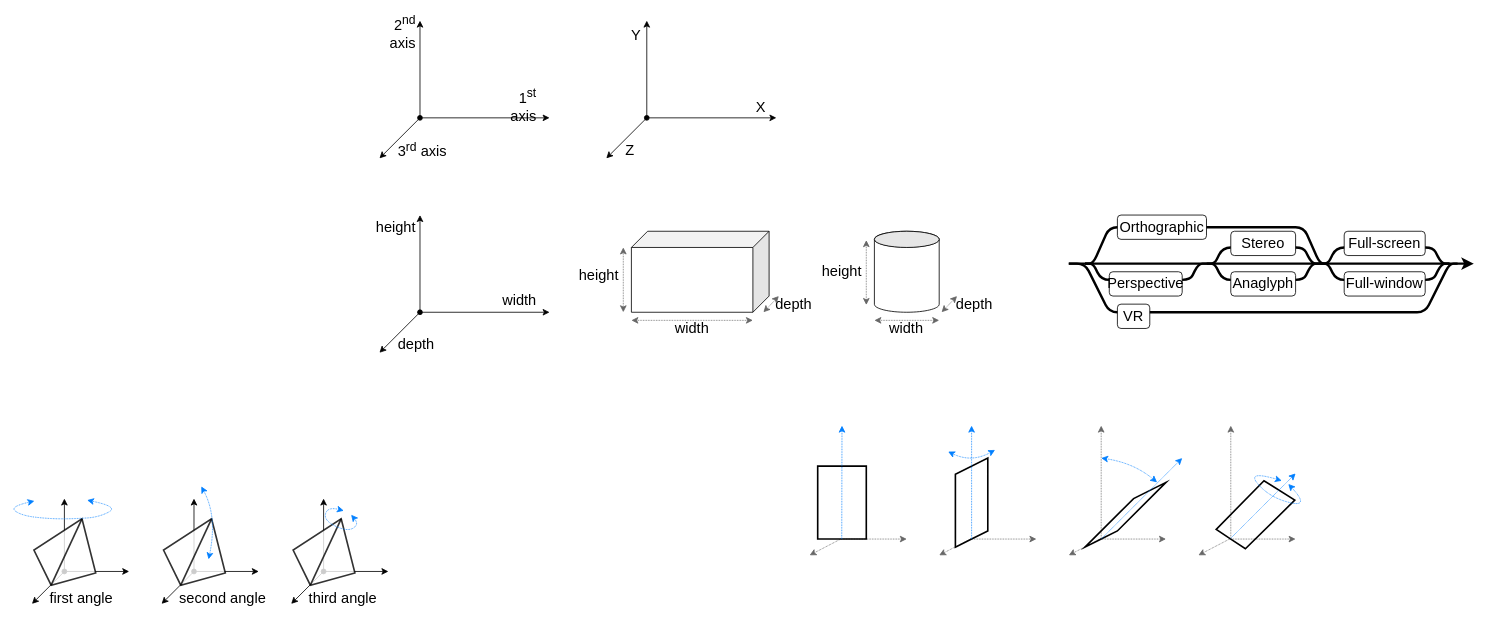
Above: docs/images/images.drawio in boytchev/suica (draw.io), before the change. Source tidied: cells renumbered, new cells numbered last; positions are measured from the earlier drawing's top-left corner, leaving out a move shared by most shapes. Both pictures are drawn from the tidied source at 81%, with x=0, y=0 at pixel (9, 20).
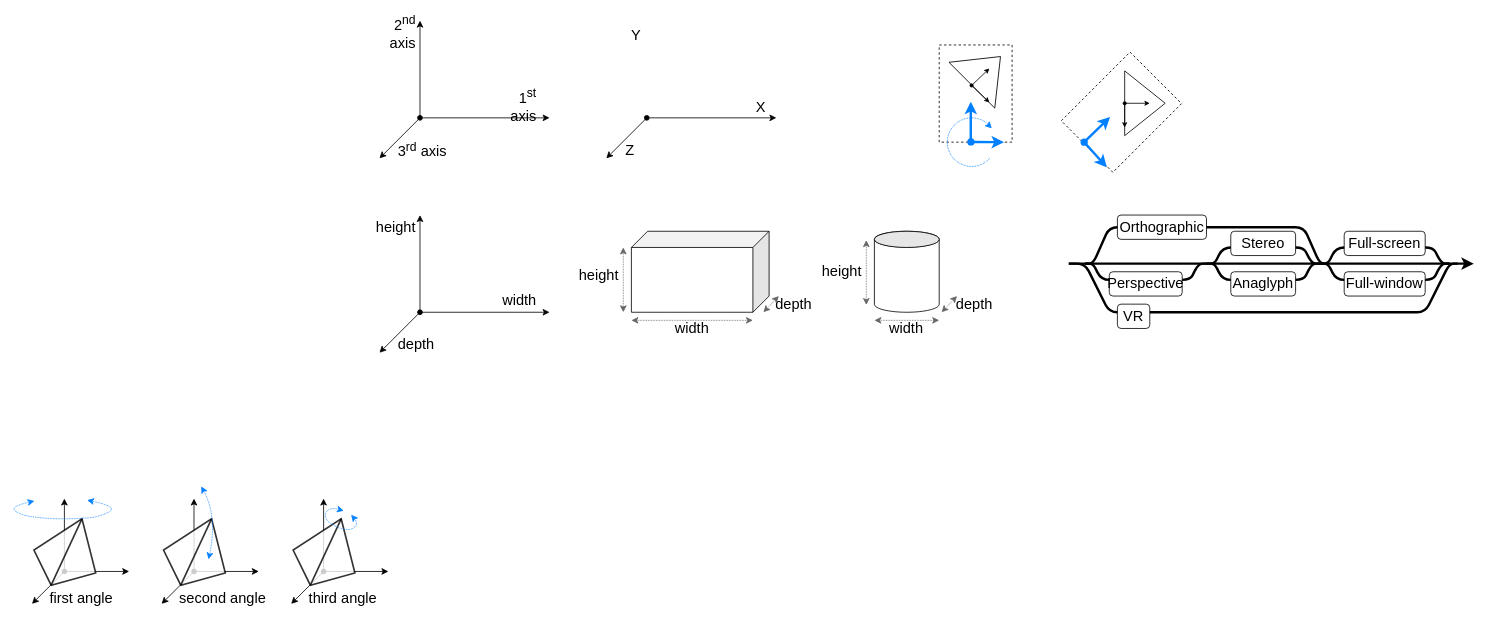
The same diagram, later.

The edit, as a diff of the source:
```diff
@@
+    <mxCell id="89" style="rounded=0;whiteSpace=wrap;html=1;dashed=1;fillColor=none;" parent="1" vertex="1">
+      <mxGeometry x="1148" y="30" width="90" height="120" as="geometry" />
+    </mxCell>
@@
-    <mxCell id="10" style="endArrow=classic;html=1;rounded=0;" parent="1" edge="1">
-      <mxGeometry relative="1" as="geometry">
-        <mxPoint x="787" y="120" as="sourcePoint" />
-        <mxPoint x="787" as="targetPoint" />
-      </mxGeometry>
-    </mxCell>
@@
-    <mxCell id="53" style="endArrow=classic;startArrow=none;html=1;rounded=0;strokeColor=#666666;dashed=1;dashPattern=1 1;startFill=0;" parent="1" edge="1">
-      <mxGeometry relative="1" as="geometry">
-        <mxPoint x="1027" y="640" as="sourcePoint" />
-        <mxPoint x="1108" y="640" as="targetPoint" />
-      </mxGeometry>
-    </mxCell>
-    <mxCell id="54" style="endArrow=classic;startArrow=none;html=1;rounded=0;strokeColor=#666666;dashed=1;dashPattern=1 1;startFill=0;exitX=0.484;exitY=0.997;exitDx=0;exitDy=0;exitPerimeter=0;" parent="1" edge="1">
-      <mxGeometry relative="1" as="geometry">
-        <mxPoint x="1027" y="639.7" as="sourcePoint" />
-        <mxPoint x="988" y="660" as="targetPoint" />
-      </mxGeometry>
-    </mxCell>
-    <mxCell id="55" style="endArrow=none;html=1;strokeColor=#000000;strokeWidth=2;rounded=0;" parent="1" edge="1">
-      <mxGeometry relative="1" as="geometry">
-        <mxPoint x="1028" y="640" as="sourcePoint" />
-        <mxPoint x="1028" y="640" as="targetPoint" />
-        <Array as="points">
-          <mxPoint x="998" y="640" />
-          <mxPoint x="998" y="550" />
-          <mxPoint x="1058" y="550" />
-          <mxPoint x="1058" y="640" />
-        </Array>
-      </mxGeometry>
-    </mxCell>
-    <mxCell id="56" style="endArrow=classic;startArrow=none;html=1;rounded=0;strokeColor=#666666;dashed=1;dashPattern=1 1;startFill=0;" parent="1" edge="1">
-      <mxGeometry relative="1" as="geometry">
-        <mxPoint x="1187" y="640" as="sourcePoint" />
-        <mxPoint x="1268" y="640" as="targetPoint" />
-      </mxGeometry>
-    </mxCell>
-    <mxCell id="57" style="endArrow=classic;startArrow=none;html=1;rounded=0;strokeColor=#666666;dashed=1;dashPattern=1 1;startFill=0;exitX=0.484;exitY=0.997;exitDx=0;exitDy=0;exitPerimeter=0;" parent="1" edge="1">
-      <mxGeometry relative="1" as="geometry">
-        <mxPoint x="1187" y="639.7" as="sourcePoint" />
-        <mxPoint x="1148" y="660" as="targetPoint" />
-      </mxGeometry>
-    </mxCell>
-    <mxCell id="58" style="endArrow=none;html=1;strokeColor=#000000;strokeWidth=2;rounded=0;" parent="1" edge="1">
-      <mxGeometry relative="1" as="geometry">
-        <mxPoint x="1188" y="640" as="sourcePoint" />
-        <mxPoint x="1188" y="640" as="targetPoint" />
-        <Array as="points">
-          <mxPoint x="1168" y="650" />
-          <mxPoint x="1168" y="560" />
-          <mxPoint x="1208" y="540" />
-          <mxPoint x="1208" y="630" />
-        </Array>
-      </mxGeometry>
-    </mxCell>
-    <mxCell id="59" style="endArrow=classic;startArrow=none;html=1;rounded=0;strokeColor=#666666;dashed=1;dashPattern=1 1;startFill=0;" parent="1" edge="1">
-      <mxGeometry relative="1" as="geometry">
-        <mxPoint x="1348" y="640" as="sourcePoint" />
-        <mxPoint x="1348" y="500" as="targetPoint" />
-      </mxGeometry>
-    </mxCell>
-    <mxCell id="60" style="endArrow=classic;startArrow=none;html=1;rounded=0;strokeColor=#666666;dashed=1;dashPattern=1 1;startFill=0;" parent="1" edge="1">
-      <mxGeometry relative="1" as="geometry">
-        <mxPoint x="1347" y="640" as="sourcePoint" />
-        <mxPoint x="1428" y="640" as="targetPoint" />
-      </mxGeometry>
-    </mxCell>
-    <mxCell id="61" style="endArrow=classic;startArrow=none;html=1;rounded=0;strokeColor=#666666;dashed=1;dashPattern=1 1;startFill=0;exitX=0.484;exitY=0.997;exitDx=0;exitDy=0;exitPerimeter=0;" parent="1" edge="1">
-      <mxGeometry relative="1" as="geometry">
-        <mxPoint x="1347" y="639.7" as="sourcePoint" />
-        <mxPoint x="1308" y="660" as="targetPoint" />
-      </mxGeometry>
-    </mxCell>
-    <mxCell id="62" style="endArrow=none;html=1;strokeColor=#000000;strokeWidth=2;rounded=0;" parent="1" edge="1">
-      <mxGeometry relative="1" as="geometry">
-        <mxPoint x="1348" y="640" as="sourcePoint" />
-        <mxPoint x="1348" y="640" as="targetPoint" />
-        <Array as="points">
-          <mxPoint x="1328" y="650" />
-          <mxPoint x="1388" y="590" />
-          <mxPoint x="1428" y="570" />
-          <mxPoint x="1368" y="630" />
-        </Array>
-      </mxGeometry>
-    </mxCell>
-    <mxCell id="63" style="endArrow=classic;startArrow=none;html=1;rounded=0;strokeColor=#666666;dashed=1;dashPattern=1 1;startFill=0;" parent="1" edge="1">
-      <mxGeometry relative="1" as="geometry">
-        <mxPoint x="1508" y="640" as="sourcePoint" />
-        <mxPoint x="1508" y="500" as="targetPoint" />
-      </mxGeometry>
-    </mxCell>
-    <mxCell id="64" style="endArrow=classic;startArrow=none;html=1;rounded=0;strokeColor=#666666;dashed=1;dashPattern=1 1;startFill=0;" parent="1" edge="1">
-      <mxGeometry relative="1" as="geometry">
-        <mxPoint x="1507" y="640" as="sourcePoint" />
-        <mxPoint x="1588" y="640" as="targetPoint" />
-      </mxGeometry>
-    </mxCell>
-    <mxCell id="65" style="endArrow=classic;startArrow=none;html=1;rounded=0;strokeColor=#666666;dashed=1;dashPattern=1 1;startFill=0;exitX=0.484;exitY=0.997;exitDx=0;exitDy=0;exitPerimeter=0;" parent="1" edge="1">
-      <mxGeometry relative="1" as="geometry">
-        <mxPoint x="1507" y="639.7" as="sourcePoint" />
-        <mxPoint x="1468" y="660" as="targetPoint" />
-      </mxGeometry>
-    </mxCell>
-    <mxCell id="66" style="endArrow=none;html=1;strokeColor=#000000;strokeWidth=2;rounded=0;" parent="1" edge="1">
-      <mxGeometry relative="1" as="geometry">
-        <mxPoint x="1508" y="640" as="sourcePoint" />
-        <mxPoint x="1508" y="640" as="targetPoint" />
-        <Array as="points">
-          <mxPoint x="1490" y="628" />
-          <mxPoint x="1549" y="568" />
-          <mxPoint x="1587" y="592" />
-          <mxPoint x="1526" y="652" />
-        </Array>
-      </mxGeometry>
-    </mxCell>
-    <mxCell id="67" style="endArrow=classic;startArrow=none;html=1;rounded=0;strokeColor=#007FFF;dashed=1;dashPattern=1 1;startFill=0;" parent="1" edge="1">
-      <mxGeometry relative="1" as="geometry">
-        <mxPoint x="1027.7" y="640" as="sourcePoint" />
-        <mxPoint x="1028" y="500" as="targetPoint" />
-      </mxGeometry>
-    </mxCell>
-    <mxCell id="68" style="endArrow=classic;startArrow=none;html=1;rounded=0;strokeColor=#007FFF;dashed=1;dashPattern=1 1;startFill=0;" parent="1" edge="1">
-      <mxGeometry relative="1" as="geometry">
-        <mxPoint x="1188" y="640" as="sourcePoint" />
-        <mxPoint x="1188" y="500" as="targetPoint" />
-      </mxGeometry>
-    </mxCell>
-    <mxCell id="69" style="endArrow=classic;startArrow=none;html=1;rounded=0;strokeColor=#007FFF;dashed=1;dashPattern=1 1;startFill=0;" parent="1" edge="1">
-      <mxGeometry relative="1" as="geometry">
-        <mxPoint x="1348" y="640" as="sourcePoint" />
-        <mxPoint x="1448" y="540" as="targetPoint" />
-      </mxGeometry>
-    </mxCell>
-    <mxCell id="70" style="endArrow=classic;startArrow=none;html=1;rounded=0;strokeColor=#007FFF;dashed=1;dashPattern=1 1;startFill=0;" parent="1" edge="1">
-      <mxGeometry relative="1" as="geometry">
-        <mxPoint x="1508" y="639" as="sourcePoint" />
-        <mxPoint x="1588" y="559" as="targetPoint" />
-      </mxGeometry>
-    </mxCell>
-    <mxCell id="71" style="curved=1;endArrow=classic;html=1;strokeColor=#007FFF;strokeWidth=1;startArrow=classic;startFill=1;dashed=1;dashPattern=1 1;" parent="1" edge="1">
-      <mxGeometry relative="1" as="geometry">
-        <mxPoint x="1348" y="540" as="sourcePoint" />
-        <mxPoint x="1417" y="570" as="targetPoint" />
-        <Array as="points">
-          <mxPoint x="1388" y="546" />
-        </Array>
-      </mxGeometry>
-    </mxCell>
-    <mxCell id="72" style="curved=1;endArrow=classic;html=1;strokeColor=#007FFF;strokeWidth=1;startArrow=classic;startFill=1;dashed=1;dashPattern=1 1;" parent="1" edge="1">
-      <mxGeometry relative="1" as="geometry">
-        <mxPoint x="1159" y="532" as="sourcePoint" />
-        <mxPoint x="1217" y="530" as="targetPoint" />
-        <Array as="points">
-          <mxPoint x="1188" y="546" />
-        </Array>
-      </mxGeometry>
-    </mxCell>
-    <mxCell id="73" style="curved=1;endArrow=classic;html=1;strokeColor=#007FFF;strokeWidth=1;startArrow=classic;startFill=1;dashed=1;dashPattern=1 1;" parent="1" edge="1">
-      <mxGeometry relative="1" as="geometry">
-        <mxPoint x="1579" y="572" as="sourcePoint" />
-        <mxPoint x="1571" y="568" as="targetPoint" />
-        <Array as="points">
-          <mxPoint x="1606" y="601" />
-          <mxPoint x="1556" y="589" />
-          <mxPoint x="1527" y="555" />
-        </Array>
-      </mxGeometry>
-    </mxCell>
@@
+    <mxCell id="90" style="endArrow=classic;html=1;rounded=0;strokeWidth=3;strokeColor=#007FFF;" parent="1" edge="1">
+      <mxGeometry relative="1" as="geometry">
+        <mxPoint x="1187" y="149.7" as="sourcePoint" />
+        <mxPoint x="1187" y="100" as="targetPoint" />
+      </mxGeometry>
+    </mxCell>
+    <mxCell id="91" style="endArrow=classic;html=1;rounded=0;startArrow=oval;startFill=1;strokeWidth=3;strokeColor=#007FFF;" parent="1" edge="1">
+      <mxGeometry relative="1" as="geometry">
+        <mxPoint x="1187.2" y="149.7" as="sourcePoint" />
+        <mxPoint x="1228" y="150" as="targetPoint" />
+      </mxGeometry>
+    </mxCell>
+    <mxCell id="92" style="triangle;whiteSpace=wrap;html=1;rotation=-45;fillColor=none;" parent="1" vertex="1">
+      <mxGeometry x="1181" y="22" width="50" height="80" as="geometry" />
+    </mxCell>
+    <mxCell id="10" style="endArrow=classic;html=1;rounded=0;endSize=4;startSize=4;" parent="1" edge="1">
+      <mxGeometry relative="1" as="geometry">
+        <mxPoint x="1188" y="80" as="sourcePoint" />
+        <mxPoint x="1210" y="59" as="targetPoint" />
+      </mxGeometry>
+    </mxCell>
+    <mxCell id="93" style="endArrow=classic;html=1;rounded=0;startArrow=oval;startFill=1;endSize=4;startSize=4;" parent="1" edge="1">
+      <mxGeometry relative="1" as="geometry">
+        <mxPoint x="1188" y="80" as="sourcePoint" />
+        <mxPoint x="1210" y="101" as="targetPoint" />
+      </mxGeometry>
+    </mxCell>
+    <mxCell id="94" style="rounded=0;whiteSpace=wrap;html=1;dashed=1;fillColor=none;rotation=45;" parent="1" vertex="1">
+      <mxGeometry x="1328" y="53" width="90" height="120" as="geometry" />
+    </mxCell>
+    <mxCell id="95" style="endArrow=classic;html=1;rounded=0;strokeWidth=3;strokeColor=#007FFF;" parent="1" edge="1">
+      <mxGeometry relative="1" as="geometry">
+        <mxPoint x="1326" y="151" as="sourcePoint" />
+        <mxPoint x="1359" y="119" as="targetPoint" />
+      </mxGeometry>
+    </mxCell>
+    <mxCell id="96" style="endArrow=classic;html=1;rounded=0;startArrow=oval;startFill=1;strokeWidth=3;strokeColor=#007FFF;" parent="1" edge="1">
+      <mxGeometry relative="1" as="geometry">
+        <mxPoint x="1327" y="150" as="sourcePoint" />
+        <mxPoint x="1355" y="181" as="targetPoint" />
+      </mxGeometry>
+    </mxCell>
+    <mxCell id="97" style="triangle;whiteSpace=wrap;html=1;rotation=0;fillColor=none;" parent="1" vertex="1">
+      <mxGeometry x="1377" y="62" width="50" height="80" as="geometry" />
+    </mxCell>
+    <mxCell id="98" style="endArrow=classic;html=1;rounded=0;startSize=4;endSize=4;" parent="1" edge="1">
+      <mxGeometry relative="1" as="geometry">
+        <mxPoint x="1377" y="102" as="sourcePoint" />
+        <mxPoint x="1408" y="102" as="targetPoint" />
+      </mxGeometry>
+    </mxCell>
+    <mxCell id="99" style="endArrow=classic;html=1;rounded=0;startArrow=oval;startFill=1;startSize=4;endSize=4;" parent="1" edge="1">
+      <mxGeometry relative="1" as="geometry">
+        <mxPoint x="1377" y="102" as="sourcePoint" />
+        <mxPoint x="1377" y="132" as="targetPoint" />
+      </mxGeometry>
+    </mxCell>
+    <mxCell id="100" style="endArrow=classic;html=1;strokeColor=#007FFF;strokeWidth=1;startArrow=none;startFill=0;dashed=1;dashPattern=1 1;curved=1;" parent="1" edge="1">
+      <mxGeometry relative="1" as="geometry">
+        <mxPoint x="1208" y="128" as="sourcePoint" />
+        <mxPoint x="1213" y="133" as="targetPoint" />
+      </mxGeometry>
+    </mxCell>
+    <mxCell id="101" style="verticalLabelPosition=bottom;verticalAlign=top;html=1;shape=mxgraph.basic.arc;startAngle=0.3637240378755576;endAngle=0.13336885417828706;dashed=1;fillColor=none;strokeColor=#007FFF;dashPattern=1 1;" parent="1" vertex="1">
+      <mxGeometry x="1158" y="120" width="60" height="60" as="geometry" />
+    </mxCell>
```
